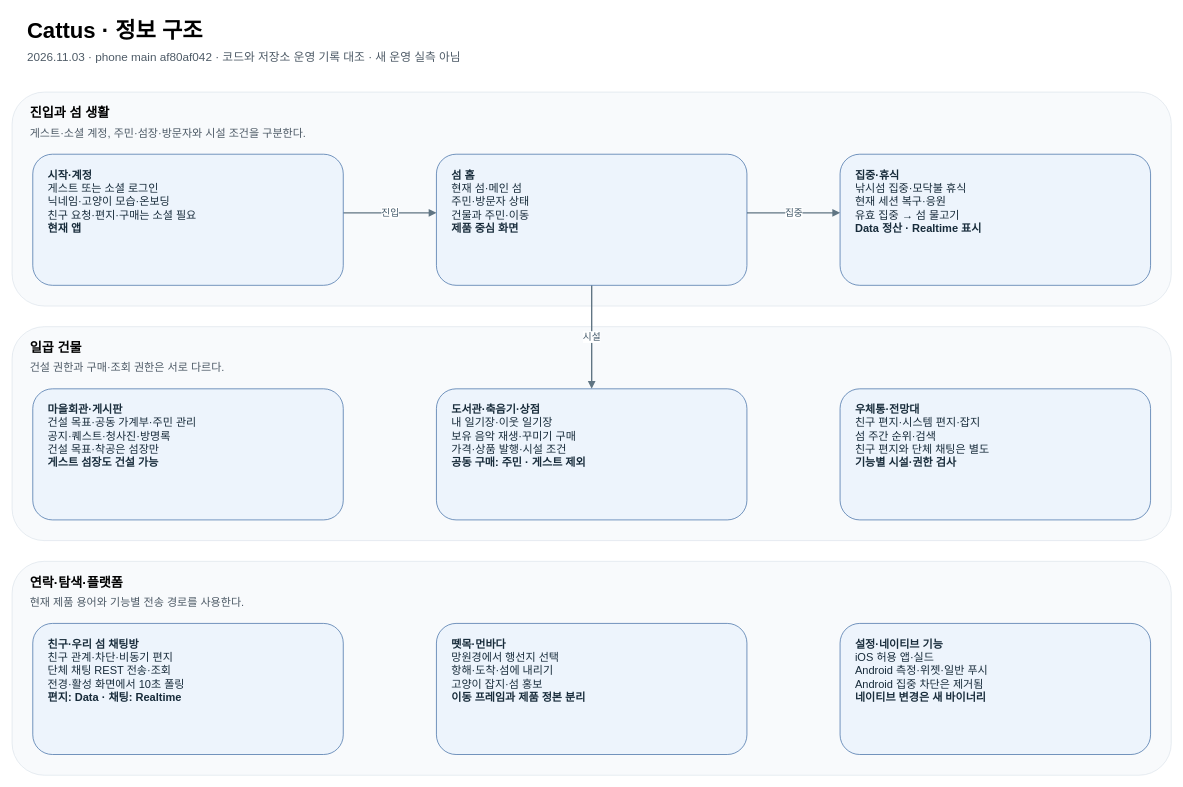
The draw.io diagram portfolio/diagrams/01-ia.drawio.xml in OneOrThree/oneorthree-docs, before the edit. Source tidied: cells renumbered, new cells numbered last; positions are measured from the earlier drawing's top-left corner, leaving out a move shared by most shapes. Both pictures are drawn from the tidied source at 69%, with x=0, y=0 at pixel (12, 12).
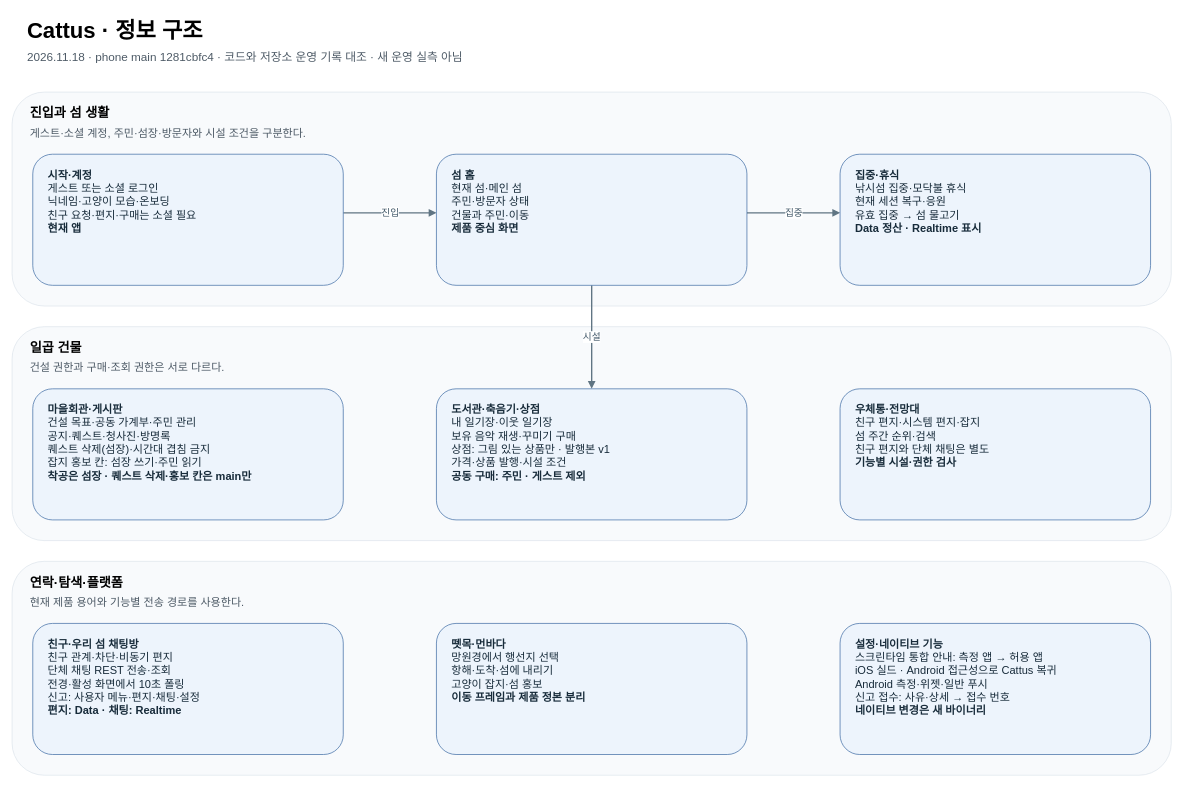
After the change.

The edit, as a diff of the source:
```diff
@@
-    <mxCell id="3" value="2026.11.03 · phone main af80af042 · 코드와 저장소 운영 기록 대조 · 새 운영 실측 아님" style="text;html=0;fontSize=17;align=left;fontColor=#4d5a66;" parent="1" vertex="1">
+    <mxCell id="3" value="2026.11.18 · phone main 1281cbfc4 · 코드와 저장소 운영 기록 대조 · 새 운영 실측 아님" style="text;html=0;fontSize=17;align=left;fontColor=#4d5a66;" parent="1" vertex="1">
       <mxGeometry x="20" y="48" width="1640" height="30" as="geometry" />
     </mxCell>
@@
-    <mxCell id="19" value="&lt;b&gt;마을회관·게시판&lt;/b&gt;&lt;br&gt;건설 목표·공동 가계부·주민 관리&lt;br&gt;공지·퀘스트·청사진·방명록&lt;br&gt;건설 목표·착공은 섬장만&lt;br&gt;&lt;b&gt;게스트 섬장도 건설 가능&lt;/b&gt;" style="rounded=1;whiteSpace=wrap;html=1;fillColor=#edf4fc;strokeColor=#3866a0;fontColor=#172b3a;fontSize=16;align=left;verticalAlign=top;spacingTop=14;spacingLeft=20;spacingRight=14;spacingBottom=12;" parent="1" vertex="1">
+    <mxCell id="19" value="&lt;b&gt;마을회관·게시판&lt;/b&gt;&lt;br&gt;건설 목표·공동 가계부·주민 관리&lt;br&gt;공지·퀘스트·청사진·방명록&lt;br&gt;퀘스트 삭제(섬장)·시간대 겹침 금지&lt;br&gt;잡지 홍보 칸: 섬장 쓰기·주민 읽기&lt;br&gt;&lt;b&gt;착공은 섬장 · 퀘스트 삭제·홍보 칸은 main만&lt;/b&gt;" style="rounded=1;whiteSpace=wrap;html=1;fillColor=#edf4fc;strokeColor=#3866a0;fontColor=#172b3a;fontSize=16;align=left;verticalAlign=top;spacingTop=14;spacingLeft=20;spacingRight=14;spacingBottom=12;" parent="1" vertex="1">
       <mxGeometry x="30" y="546" width="450" height="190" as="geometry" />
     </mxCell>
-    <mxCell id="20" value="&lt;b&gt;도서관·축음기·상점&lt;/b&gt;&lt;br&gt;내 일기장·이웃 일기장&lt;br&gt;보유 음악 재생·꾸미기 구매&lt;br&gt;가격·상품 발행·시설 조건&lt;br&gt;&lt;b&gt;공동 구매: 주민 · 게스트 제외&lt;/b&gt;" style="rounded=1;whiteSpace=wrap;html=1;fillColor=#edf4fc;strokeColor=#3866a0;fontColor=#172b3a;fontSize=16;align=left;verticalAlign=top;spacingTop=14;spacingLeft=20;spacingRight=14;spacingBottom=12;" parent="1" vertex="1">
+    <mxCell id="20" value="&lt;b&gt;도서관·축음기·상점&lt;/b&gt;&lt;br&gt;내 일기장·이웃 일기장&lt;br&gt;보유 음악 재생·꾸미기 구매&lt;br&gt;상점: 그림 있는 상품만 · 발행본 v1&lt;br&gt;가격·상품 발행·시설 조건&lt;br&gt;&lt;b&gt;공동 구매: 주민 · 게스트 제외&lt;/b&gt;" style="rounded=1;whiteSpace=wrap;html=1;fillColor=#edf4fc;strokeColor=#3866a0;fontColor=#172b3a;fontSize=16;align=left;verticalAlign=top;spacingTop=14;spacingLeft=20;spacingRight=14;spacingBottom=12;" parent="1" vertex="1">
       <mxGeometry x="615" y="546" width="450" height="190" as="geometry" />
     </mxCell>
@@
-    <mxCell id="22" value="&lt;b&gt;친구·우리 섬 채팅방&lt;/b&gt;&lt;br&gt;친구 관계·차단·비동기 편지&lt;br&gt;단체 채팅 REST 전송·조회&lt;br&gt;전경·활성 화면에서 10초 폴링&lt;br&gt;&lt;b&gt;편지: Data · 채팅: Realtime&lt;/b&gt;" style="rounded=1;whiteSpace=wrap;html=1;fillColor=#edf4fc;strokeColor=#3866a0;fontColor=#172b3a;fontSize=16;align=left;verticalAlign=top;spacingTop=14;spacingLeft=20;spacingRight=14;spacingBottom=12;" parent="1" vertex="1">
+    <mxCell id="22" value="&lt;b&gt;친구·우리 섬 채팅방&lt;/b&gt;&lt;br&gt;친구 관계·차단·비동기 편지&lt;br&gt;단체 채팅 REST 전송·조회&lt;br&gt;전경·활성 화면에서 10초 폴링&lt;br&gt;신고: 사용자 메뉴·편지·채팅·설정&lt;br&gt;&lt;b&gt;편지: Data · 채팅: Realtime&lt;/b&gt;" style="rounded=1;whiteSpace=wrap;html=1;fillColor=#edf4fc;strokeColor=#3866a0;fontColor=#172b3a;fontSize=16;align=left;verticalAlign=top;spacingTop=14;spacingLeft=20;spacingRight=14;spacingBottom=12;" parent="1" vertex="1">
       <mxGeometry x="30" y="886" width="450" height="190" as="geometry" />
     </mxCell>
@@
-    <mxCell id="24" value="&lt;b&gt;설정·네이티브 기능&lt;/b&gt;&lt;br&gt;iOS 허용 앱·실드&lt;br&gt;Android 측정·위젯·일반 푸시&lt;br&gt;Android 집중 차단은 제거됨&lt;br&gt;&lt;b&gt;네이티브 변경은 새 바이너리&lt;/b&gt;" style="rounded=1;whiteSpace=wrap;html=1;fillColor=#edf4fc;strokeColor=#3866a0;fontColor=#172b3a;fontSize=16;align=left;verticalAlign=top;spacingTop=14;spacingLeft=20;spacingRight=14;spacingBottom=12;" parent="1" vertex="1">
+    <mxCell id="24" value="&lt;b&gt;설정·네이티브 기능&lt;/b&gt;&lt;br&gt;스크린타임 통합 안내: 측정 앱 → 허용 앱&lt;br&gt;iOS 실드 · Android 접근성으로 Cattus 복귀&lt;br&gt;Android 측정·위젯·일반 푸시&lt;br&gt;신고 접수: 사유·상세 → 접수 번호&lt;br&gt;&lt;b&gt;네이티브 변경은 새 바이너리&lt;/b&gt;" style="rounded=1;whiteSpace=wrap;html=1;fillColor=#edf4fc;strokeColor=#3866a0;fontColor=#172b3a;fontSize=16;align=left;verticalAlign=top;spacingTop=14;spacingLeft=20;spacingRight=14;spacingBottom=12;" parent="1" vertex="1">
       <mxGeometry x="1200" y="886" width="450" height="190" as="geometry" />
     </mxCell>
```
